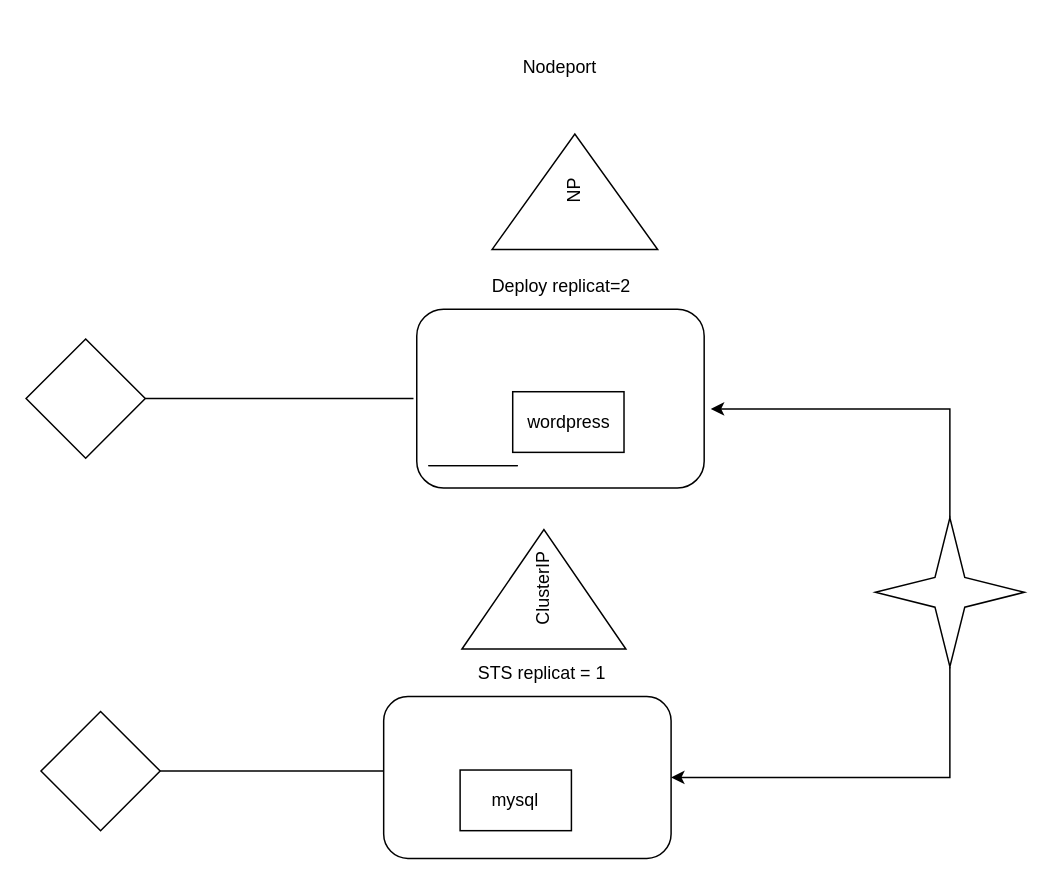
donambog/Kubernetes_Archtecture keeps this draw.io diagram as Untitled Diagram.drawio. Above is the earlier version. Source tidied: cells renumbered, new cells numbered last; positions are measured from the earlier drawing's top-left corner, leaving out a move shared by most shapes. Both pictures are drawn from the tidied source at 149%, with x=0, y=0 at pixel (25, 25).
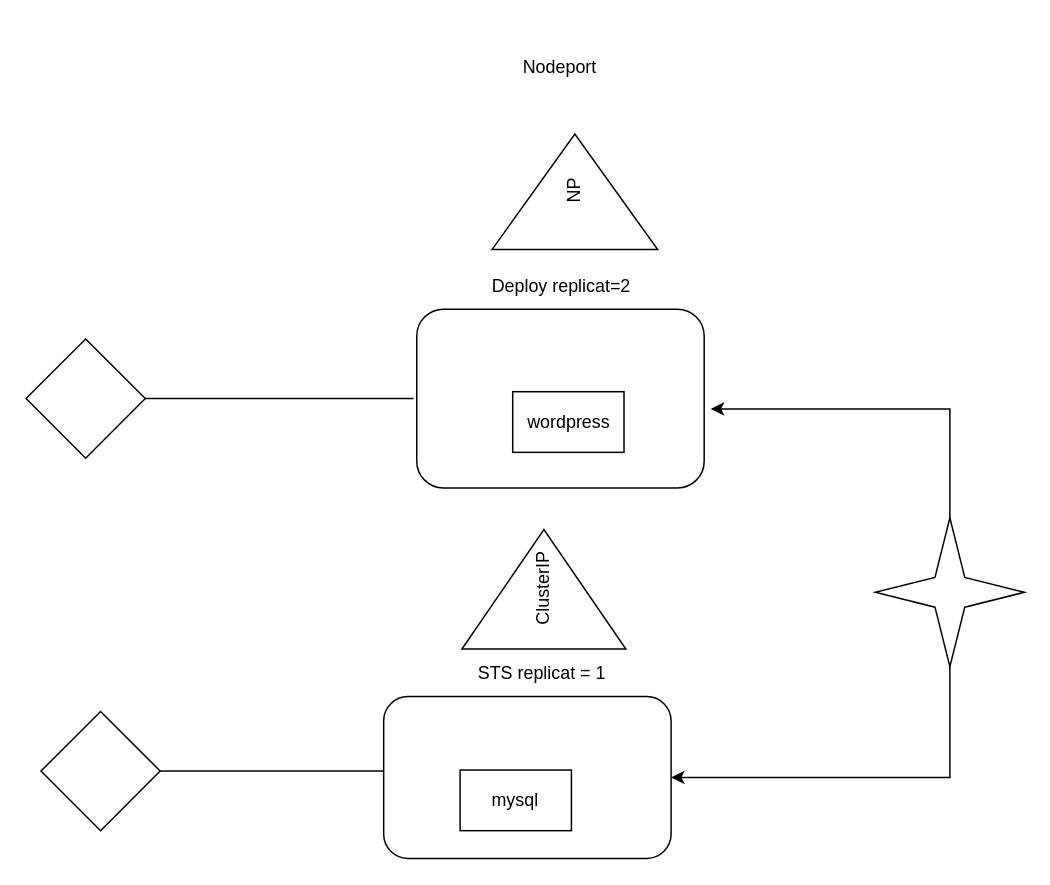
The same diagram, later.

What changed in the source:
```diff
@@
-    <mxCell id="17" style="line;strokeWidth=1;dashed=0;labelPosition=right;align=left;verticalAlign=middle;spacingTop=0;spacingLeft=6;" parent="1" vertex="1">
-      <mxGeometry x="270" y="290" width="60" height="10" as="geometry" />
-    </mxCell>
-    <mxCell id="18" style="line;strokeWidth=1;dashed=0;labelPosition=right;align=left;verticalAlign=middle;spacingTop=0;spacingLeft=6;" parent="1" vertex="1">
-      <mxGeometry x="270" y="290" width="60" height="10" as="geometry" />
-    </mxCell>
```
